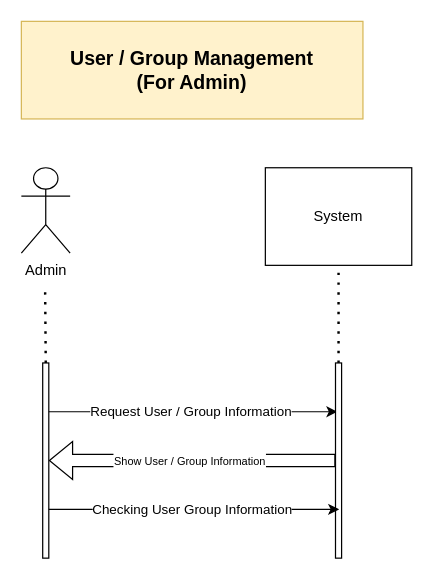
This is page "User / Group Management (For Admin)" (15 of 17) of StudtMate.drawio from ParkinnAuto/StudyMate, a draw.io file, before an edit. Source tidied: cells renumbered, new cells numbered last; positions are measured from the earlier drawing's top-left corner, leaving out a move shared by most shapes. Both pictures are drawn from the tidied source at 122%, with x=0, y=0 at pixel (21, 21).
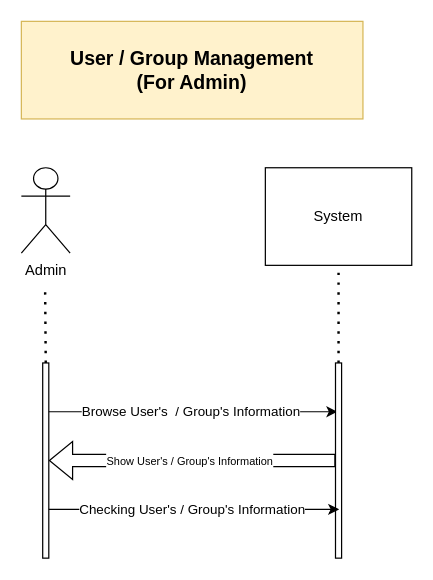
After the change.

The edit, as a diff of the source:
```diff
@@
 <mxGraphModel>
   <root>
     <mxCell id="0" />
     <mxCell id="1" parent="0" />
     <mxCell id="2" value="Admin" style="shape=umlActor;verticalLabelPosition=bottom;verticalAlign=top;html=1;" parent="1" vertex="1">
       <mxGeometry y="120" width="40" height="70" as="geometry" />
     </mxCell>
     <mxCell id="3" value="System" style="rounded=0;whiteSpace=wrap;html=1;" parent="1" vertex="1">
       <mxGeometry x="200" y="120" width="120" height="80" as="geometry" />
     </mxCell>
     <mxCell id="4" style="endArrow=none;dashed=1;html=1;dashPattern=1 3;strokeWidth=2;rounded=0;" parent="1" edge="1">
       <mxGeometry relative="1" as="geometry">
         <mxPoint x="20" y="280" as="sourcePoint" />
         <mxPoint x="19.5" y="220" as="targetPoint" />
       </mxGeometry>
     </mxCell>
     <mxCell id="5" style="endArrow=none;dashed=1;html=1;dashPattern=1 3;strokeWidth=2;rounded=0;entryX=0.5;entryY=1;entryDx=0;entryDy=0;" parent="1" edge="1" target="3">
       <mxGeometry relative="1" as="geometry">
         <mxPoint x="260" y="280" as="sourcePoint" />
       </mxGeometry>
     </mxCell>
     <mxCell id="6" style="endArrow=classic;html=1;rounded=0;exitX=0.913;exitY=0.167;exitDx=0;exitDy=0;exitPerimeter=0;entryX=0.5;entryY=0.167;entryDx=0;entryDy=0;entryPerimeter=0;" parent="1" edge="1">
       <mxGeometry relative="1" as="geometry">
         <mxPoint x="21" y="320" as="sourcePoint" />
         <mxPoint x="259" y="320" as="targetPoint" />
       </mxGeometry>
     </mxCell>
-    <mxCell id="7" value="Request User / Group Information" style="edgeLabel;html=1;align=center;verticalAlign=middle;" parent="6" vertex="1">
+    <mxCell id="7" value="Browse User's&amp;nbsp; / Group's Information" style="edgeLabel;html=1;align=center;verticalAlign=middle;" parent="6" vertex="1">
       <mxGeometry x="-0.02" y="1" relative="1" as="geometry" />
     </mxCell>
     <mxCell id="8" style="shape=flexArrow;endArrow=classic;html=1;rounded=0;entryX=1;entryY=0.75;entryDx=0;entryDy=0;exitX=0;exitY=0.75;exitDx=0;exitDy=0;" parent="1" edge="1">
       <mxGeometry relative="1" as="geometry">
         <mxPoint x="257.5" y="360" as="sourcePoint" />
         <mxPoint x="22.5" y="360" as="targetPoint" />
       </mxGeometry>
     </mxCell>
-    <mxCell id="9" value="&lt;font style=&quot;font-size: 9px;&quot;&gt;Show User / Group Information&lt;/font&gt;" style="edgeLabel;html=1;align=center;verticalAlign=middle;" parent="8" vertex="1">
+    <mxCell id="9" value="&lt;font style=&quot;font-size: 9px;&quot;&gt;Show User's / Group's Information&lt;/font&gt;" style="edgeLabel;html=1;align=center;verticalAlign=middle;" parent="8" vertex="1">
       <mxGeometry x="0.02" y="-1" relative="1" as="geometry" />
     </mxCell>
     <mxCell id="10" style="rounded=0;whiteSpace=wrap;html=1;" parent="1" vertex="1">
       <mxGeometry x="17.5" y="280" width="5" height="160" as="geometry" />
     </mxCell>
     <mxCell id="11" style="rounded=0;whiteSpace=wrap;html=1;" parent="1" vertex="1">
       <mxGeometry x="257.5" y="280" width="5" height="160" as="geometry" />
     </mxCell>
     <mxCell id="12" style="endArrow=classic;html=1;rounded=0;exitX=0.913;exitY=0.167;exitDx=0;exitDy=0;exitPerimeter=0;entryX=0.5;entryY=0.167;entryDx=0;entryDy=0;entryPerimeter=0;" parent="1" edge="1">
       <mxGeometry relative="1" as="geometry">
         <mxPoint x="22.5" y="400" as="sourcePoint" />
         <mxPoint x="260.5" y="400" as="targetPoint" />
       </mxGeometry>
     </mxCell>
-    <mxCell id="13" value="Checking User Group Information" style="edgeLabel;html=1;align=center;verticalAlign=middle;" parent="12" vertex="1">
+    <mxCell id="13" value="Checking User's / Group's Information" style="edgeLabel;html=1;align=center;verticalAlign=middle;" parent="12" vertex="1">
       <mxGeometry x="-0.02" y="1" relative="1" as="geometry" />
     </mxCell>
     <mxCell id="14" value="&lt;span style=&quot;font-size: 16px;&quot;&gt;&lt;b&gt;User / Group Management&lt;/b&gt;&lt;/span&gt;&lt;br&gt;&lt;div&gt;&lt;span style=&quot;font-size: 16px;&quot;&gt;&lt;b&gt;(For Admin)&lt;/b&gt;&lt;/span&gt;&lt;/div&gt;" style="text;html=1;align=center;verticalAlign=middle;whiteSpace=wrap;rounded=0;fillColor=#fff2cc;strokeColor=#d6b656;" parent="1" vertex="1">
       <mxGeometry width="280" height="80" as="geometry" />
     </mxCell>
   </root>
 </mxGraphModel>
```
